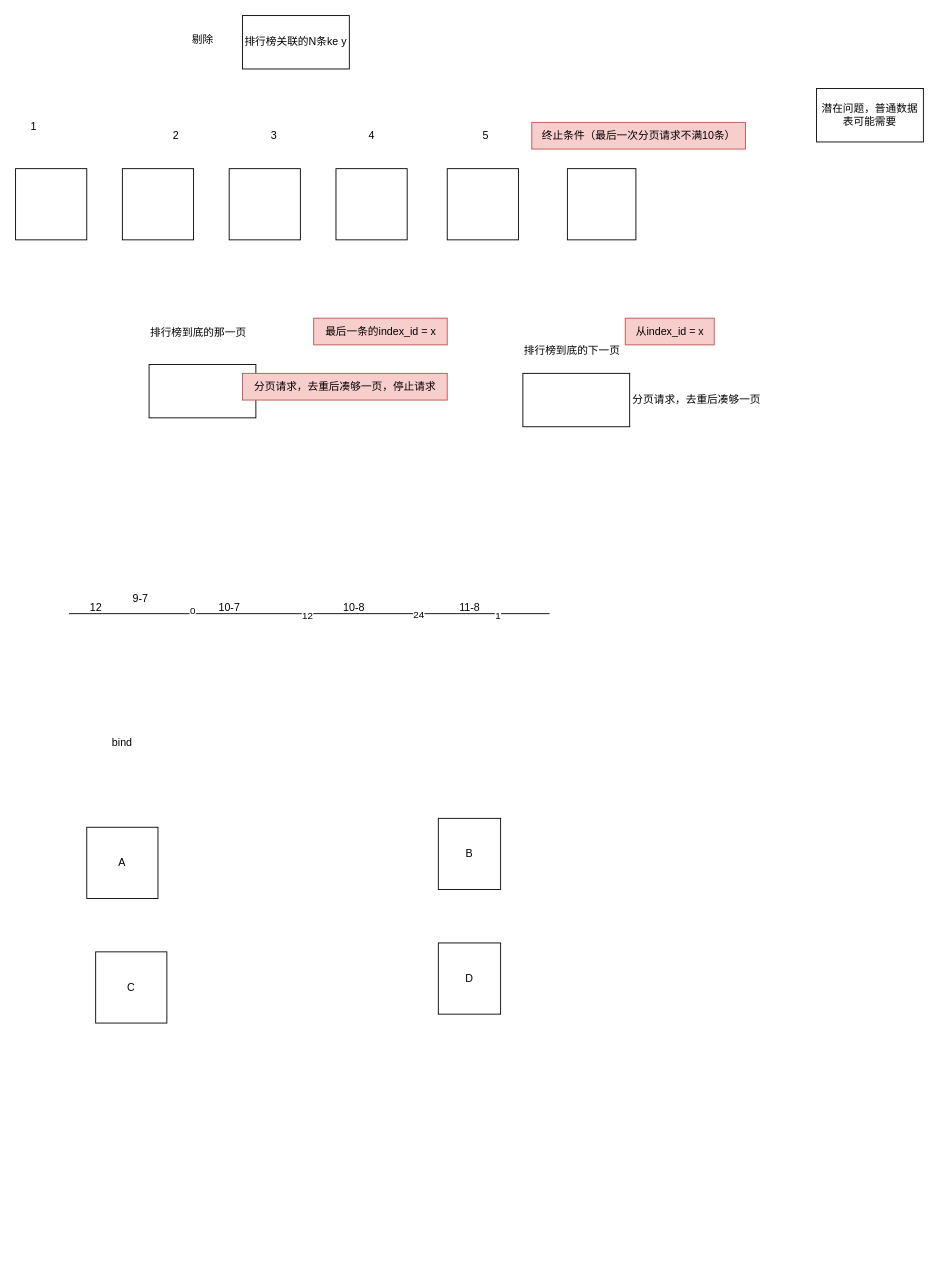
The draw.io diagram think.drawio in onlyonedaniel/wiki, before the edit. Source tidied: cells renumbered, new cells numbered last; positions are measured from the earlier drawing's top-left corner, leaving out a move shared by most shapes. Both pictures are drawn from the tidied source at 89%, with x=0, y=0 at pixel (15, 15).
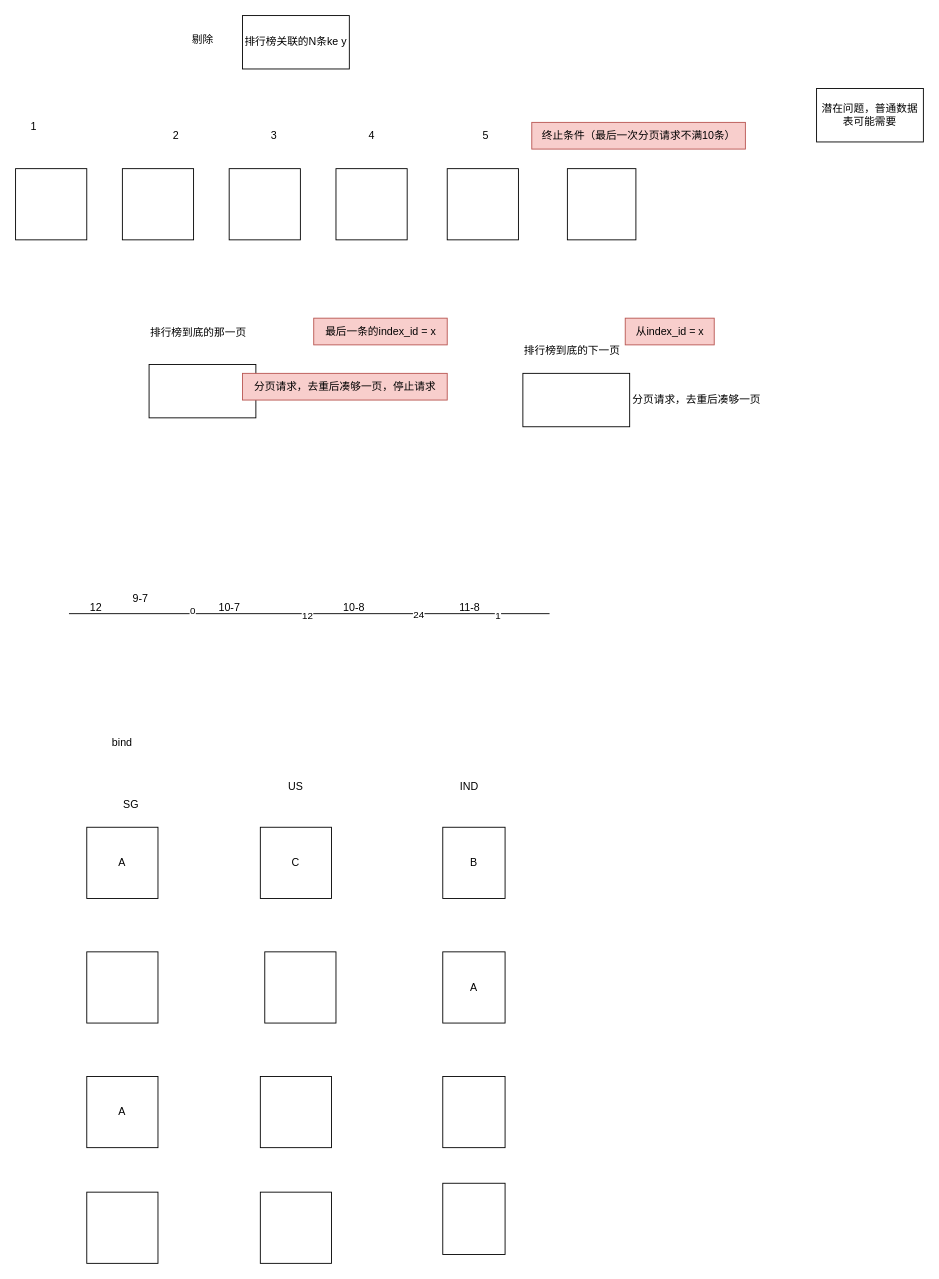
The same diagram, later.

Diff of the diagram source:
```diff
@@
     <mxCell id="37" value="B" style="whiteSpace=wrap;html=1;" parent="1" vertex="1">
-      <mxGeometry x="475" y="902" width="70" height="80" as="geometry" />
+      <mxGeometry x="480" y="912" width="70" height="80" as="geometry" />
     </mxCell>
     <mxCell id="38" value="C" style="whiteSpace=wrap;html=1;" parent="1" vertex="1">
-      <mxGeometry x="90" y="1052" width="80" height="80" as="geometry" />
+      <mxGeometry x="275" y="912" width="80" height="80" as="geometry" />
     </mxCell>
-    <mxCell id="39" value="D" style="whiteSpace=wrap;html=1;" parent="1" vertex="1">
-      <mxGeometry x="475" y="1042" width="70" height="80" as="geometry" />
-    </mxCell>
+    <mxCell id="40" style="whiteSpace=wrap;html=1;" parent="1" vertex="1">
+      <mxGeometry x="80" y="1052" width="80" height="80" as="geometry" />
+    </mxCell>
+    <mxCell id="41" value="A" style="whiteSpace=wrap;html=1;" parent="1" vertex="1">
+      <mxGeometry x="480" y="1052" width="70" height="80" as="geometry" />
+    </mxCell>
+    <mxCell id="42" style="whiteSpace=wrap;html=1;" parent="1" vertex="1">
+      <mxGeometry x="280" y="1052" width="80" height="80" as="geometry" />
+    </mxCell>
+    <mxCell id="43" value="A" style="whiteSpace=wrap;html=1;" parent="1" vertex="1">
+      <mxGeometry x="80" y="1192" width="80" height="80" as="geometry" />
+    </mxCell>
+    <mxCell id="44" style="whiteSpace=wrap;html=1;" parent="1" vertex="1">
+      <mxGeometry x="480" y="1192" width="70" height="80" as="geometry" />
+    </mxCell>
+    <mxCell id="45" style="whiteSpace=wrap;html=1;" parent="1" vertex="1">
+      <mxGeometry x="275" y="1192" width="80" height="80" as="geometry" />
+    </mxCell>
+    <mxCell id="46" style="whiteSpace=wrap;html=1;" parent="1" vertex="1">
+      <mxGeometry x="80" y="1322" width="80" height="80" as="geometry" />
+    </mxCell>
+    <mxCell id="47" style="whiteSpace=wrap;html=1;" parent="1" vertex="1">
+      <mxGeometry x="480" y="1312" width="70" height="80" as="geometry" />
+    </mxCell>
+    <mxCell id="48" style="whiteSpace=wrap;html=1;" parent="1" vertex="1">
+      <mxGeometry x="275" y="1322" width="80" height="80" as="geometry" />
+    </mxCell>
+    <mxCell id="49" value="SG" style="text;html=1;whiteSpace=wrap;strokeColor=none;fillColor=none;align=center;verticalAlign=middle;rounded=0;" parent="1" vertex="1">
+      <mxGeometry x="100" y="872" width="60" height="30" as="geometry" />
+    </mxCell>
+    <mxCell id="50" value="US" style="text;html=1;whiteSpace=wrap;strokeColor=none;fillColor=none;align=center;verticalAlign=middle;rounded=0;" parent="1" vertex="1">
+      <mxGeometry x="285" y="852" width="60" height="30" as="geometry" />
+    </mxCell>
+    <mxCell id="51" value="IND" style="text;html=1;whiteSpace=wrap;strokeColor=none;fillColor=none;align=center;verticalAlign=middle;rounded=0;" parent="1" vertex="1">
+      <mxGeometry x="480" y="852" width="60" height="30" as="geometry" />
+    </mxCell>
```
